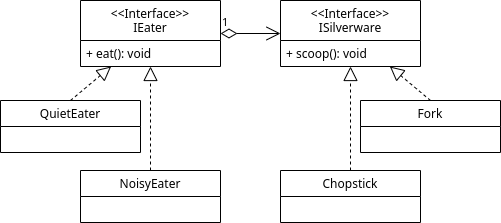
Earlier version of the draw.io export 3rd-Year/Object-Oriented-Programming/HW4/hw4q1c.png (abrahammurciano/homework). Source tidied: cells renumbered, new cells last; positions are measured from the earlier drawing's top-left corner, leaving out a move shared by most shapes.
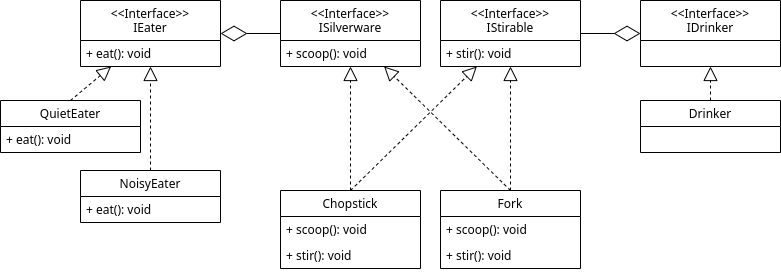
Later version of the same file.

Diff of the diagram source:
```diff
@@ -11,12 +11,18 @@
     <mxCell id="4" value="QuietEater" style="swimlane;fontStyle=0;horizontal=1;startSize=26;fillColor=none;" parent="1" vertex="1">
       <mxGeometry y="100" width="140" height="52" as="geometry" />
     </mxCell>
+    <mxCell id="15" value="+ eat(): void" style="text;strokeColor=none;fillColor=none;align=left;verticalAlign=top;spacingLeft=4;spacingRight=4;overflow=hidden;" parent="4" vertex="1">
+      <mxGeometry y="26" width="140" height="26" as="geometry" />
+    </mxCell>
     <mxCell id="5" style="endArrow=block;dashed=1;endFill=0;endSize=12;html=1;exitX=0.5;exitY=0;exitDx=0;exitDy=0;" parent="1" edge="1" source="4" target="2">
       <mxGeometry relative="1" as="geometry" />
     </mxCell>
     <mxCell id="6" value="NoisyEater" style="swimlane;fontStyle=0;horizontal=1;startSize=26;fillColor=none;" parent="1" vertex="1">
       <mxGeometry x="80" y="170" width="140" height="52" as="geometry" />
     </mxCell>
+    <mxCell id="16" value="+ eat(): void" style="text;strokeColor=none;fillColor=none;align=left;verticalAlign=top;spacingLeft=4;spacingRight=4;overflow=hidden;" parent="6" vertex="1">
+      <mxGeometry y="26" width="140" height="26" as="geometry" />
+    </mxCell>
     <mxCell id="7" style="endArrow=block;dashed=1;endFill=0;endSize=12;html=1;exitX=0.5;exitY=0;exitDx=0;exitDy=0;" parent="1" edge="1" source="6" target="2">
       <mxGeometry relative="1" as="geometry" />
     </mxCell>
@@ -27,19 +33,55 @@
       <mxGeometry y="40" width="140" height="26" as="geometry" />
     </mxCell>
     <mxCell id="10" value="Chopstick" style="swimlane;fontStyle=0;horizontal=1;startSize=26;fillColor=none;" parent="1" vertex="1">
-      <mxGeometry x="280" y="170" width="140" height="52" as="geometry" />
+      <mxGeometry x="280" y="190" width="140" height="78" as="geometry" />
     </mxCell>
+    <mxCell id="17" value="+ scoop(): void" style="text;strokeColor=none;fillColor=none;align=left;verticalAlign=top;spacingLeft=4;spacingRight=4;overflow=hidden;" parent="10" vertex="1">
+      <mxGeometry y="26" width="140" height="26" as="geometry" />
+    </mxCell>
+    <mxCell id="18" value="+ stir(): void" style="text;strokeColor=none;fillColor=none;align=left;verticalAlign=top;spacingLeft=4;spacingRight=4;overflow=hidden;" parent="10" vertex="1">
+      <mxGeometry y="52" width="140" height="26" as="geometry" />
+    </mxCell>
     <mxCell id="11" style="endArrow=block;dashed=1;endFill=0;endSize=12;html=1;exitX=0.5;exitY=0;exitDx=0;exitDy=0;" parent="1" edge="1" source="10" target="8">
       <mxGeometry relative="1" as="geometry" />
     </mxCell>
     <mxCell id="12" value="Fork" style="swimlane;fontStyle=0;horizontal=1;startSize=26;fillColor=none;" parent="1" vertex="1">
-      <mxGeometry x="360" y="100" width="140" height="52" as="geometry" />
+      <mxGeometry x="440" y="190" width="140" height="78" as="geometry" />
     </mxCell>
+    <mxCell id="19" value="+ scoop(): void" style="text;strokeColor=none;fillColor=none;align=left;verticalAlign=top;spacingLeft=4;spacingRight=4;overflow=hidden;" parent="12" vertex="1">
+      <mxGeometry y="26" width="140" height="26" as="geometry" />
+    </mxCell>
+    <mxCell id="20" value="+ stir(): void" style="text;strokeColor=none;fillColor=none;align=left;verticalAlign=top;spacingLeft=4;spacingRight=4;overflow=hidden;" parent="12" vertex="1">
+      <mxGeometry y="52" width="140" height="26" as="geometry" />
+    </mxCell>
     <mxCell id="13" style="endArrow=block;dashed=1;endFill=0;endSize=12;html=1;exitX=0.5;exitY=0;exitDx=0;exitDy=0;" parent="1" edge="1" source="12" target="8">
       <mxGeometry relative="1" as="geometry" />
     </mxCell>
-    <mxCell id="14" value="1" style="endArrow=open;html=1;endSize=12;startArrow=diamondThin;startSize=14;startFill=0;edgeStyle=orthogonalEdgeStyle;align=left;verticalAlign=bottom;exitX=1;exitY=0.5;exitDx=0;exitDy=0;" parent="1" edge="1" source="2" target="8">
-      <mxGeometry x="-1" y="3" relative="1" as="geometry" />
-    </mxCell>
+    <mxCell id="21" value="&lt;&lt;Interface&gt;&gt;&#10;IDrinker" style="swimlane;fontStyle=0;horizontal=1;startSize=40;fillColor=none;" parent="1" vertex="1">
+      <mxGeometry x="640" width="140" height="66" as="geometry" />
+    </mxCell>
+    <mxCell id="22" value="&lt;&lt;Interface&gt;&gt;&#10;IStirable" style="swimlane;fontStyle=0;horizontal=1;startSize=40;fillColor=none;" parent="1" vertex="1">
+      <mxGeometry x="440" width="140" height="66" as="geometry" />
+    </mxCell>
+    <mxCell id="23" value="+ stir(): void" style="text;strokeColor=none;fillColor=none;align=left;verticalAlign=top;spacingLeft=4;spacingRight=4;overflow=hidden;" parent="22" vertex="1">
+      <mxGeometry y="40" width="140" height="26" as="geometry" />
+    </mxCell>
+    <mxCell id="24" style="endArrow=block;dashed=1;endFill=0;endSize=12;html=1;exitX=0.5;exitY=0;exitDx=0;exitDy=0;" parent="1" edge="1" source="10" target="22">
+      <mxGeometry relative="1" as="geometry" />
+    </mxCell>
+    <mxCell id="25" style="endArrow=block;dashed=1;endFill=0;endSize=12;html=1;exitX=0.5;exitY=0;exitDx=0;exitDy=0;" parent="1" edge="1" source="12" target="22">
+      <mxGeometry relative="1" as="geometry" />
+    </mxCell>
+    <mxCell id="26" value="Drinker" style="swimlane;fontStyle=0;horizontal=1;startSize=26;fillColor=none;" parent="1" vertex="1">
+      <mxGeometry x="640" y="100" width="140" height="52" as="geometry" />
+    </mxCell>
+    <mxCell id="27" style="endArrow=diamondThin;endFill=0;endSize=24;html=1;" parent="1" edge="1" source="8" target="2">
+      <mxGeometry relative="1" as="geometry" />
+    </mxCell>
+    <mxCell id="28" style="endArrow=diamondThin;endFill=0;endSize=24;html=1;" parent="1" edge="1" source="22" target="21">
+      <mxGeometry relative="1" as="geometry" />
+    </mxCell>
+    <mxCell id="29" style="endArrow=block;dashed=1;endFill=0;endSize=12;html=1;exitX=0.5;exitY=0;exitDx=0;exitDy=0;" parent="1" edge="1" source="26" target="21">
+      <mxGeometry relative="1" as="geometry" />
+    </mxCell>
   </root>
 </mxGraphModel>
```
